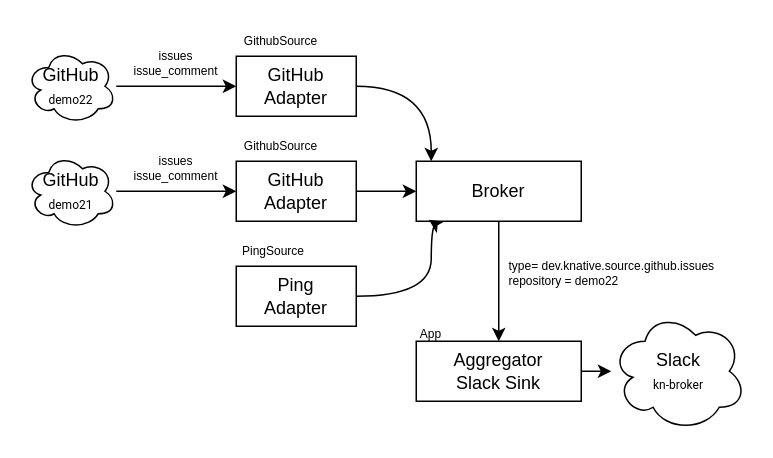
knativecon/demo22 keeps this draw.io diagram as doc/pattern5.drawio. Above is the earlier version. Source tidied: cells renumbered, new cells numbered last; positions are measured from the earlier drawing's top-left corner, leaving out a move shared by most shapes. Both pictures are drawn from the tidied source at 150%, with x=0, y=0 at pixel (26, 26).
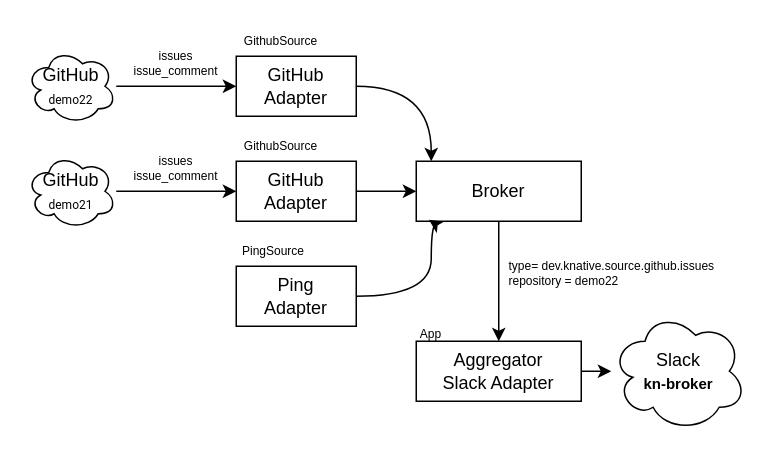
Above is the later version.

Diff of the diagram source:
```diff
@@
-    <mxCell id="11" value="Slack&lt;br&gt;&lt;span style=&quot;font-family: roboto; font-size: 8px;&quot;&gt;kn-broker&lt;/span&gt;" style="ellipse;shape=cloud;whiteSpace=wrap;html=1;" parent="1" vertex="1">
+    <mxCell id="11" value="Slack&lt;br&gt;&lt;b style=&quot;&quot;&gt;&lt;font style=&quot;font-size: 10px;&quot;&gt;kn-broker&lt;/font&gt;&lt;/b&gt;" style="ellipse;shape=cloud;whiteSpace=wrap;html=1;" parent="1" vertex="1">
       <mxGeometry x="390" y="190" width="90" height="80" as="geometry" />
     </mxCell>
-    <mxCell id="12" value="Aggregator&lt;br&gt;Slack Sink" style="rounded=0;whiteSpace=wrap;html=1;" parent="1" vertex="1">
+    <mxCell id="12" value="Aggregator&lt;br&gt;Slack Adapter" style="rounded=0;whiteSpace=wrap;html=1;" parent="1" vertex="1">
       <mxGeometry x="260" y="210" width="110" height="40" as="geometry" />
     </mxCell>
```
